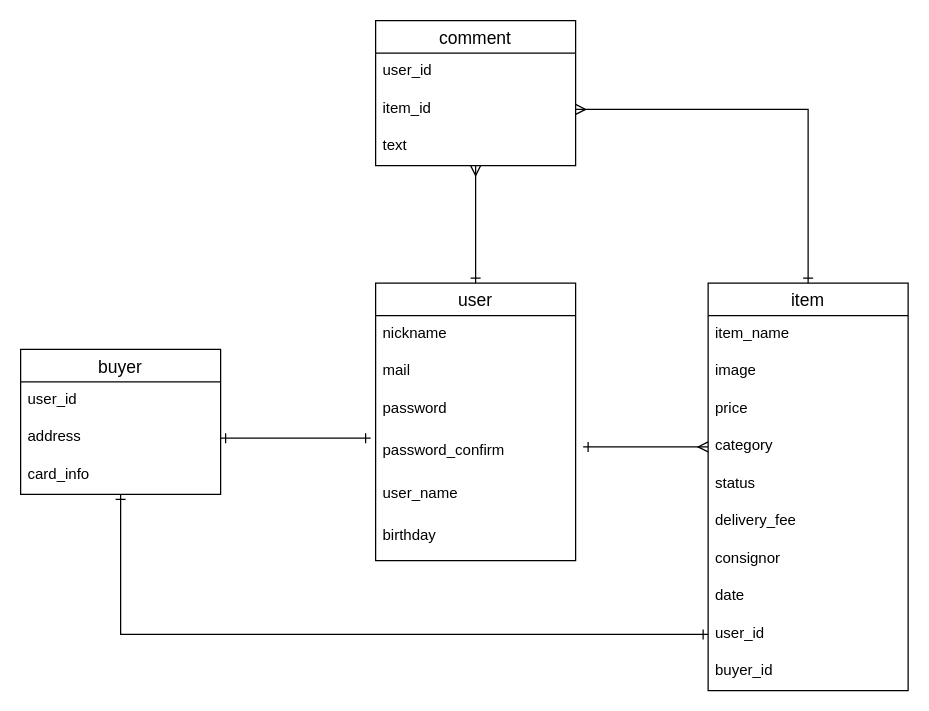
Before: test.dio in 816u/furima_28627_id, a draw.io diagram. Source tidied: cells renumbered, new cells numbered last; positions are measured from the earlier drawing's top-left corner, leaving out a move shared by most shapes. Both pictures are drawn from the tidied source at 125%, with x=0, y=0 at pixel (20, 20).
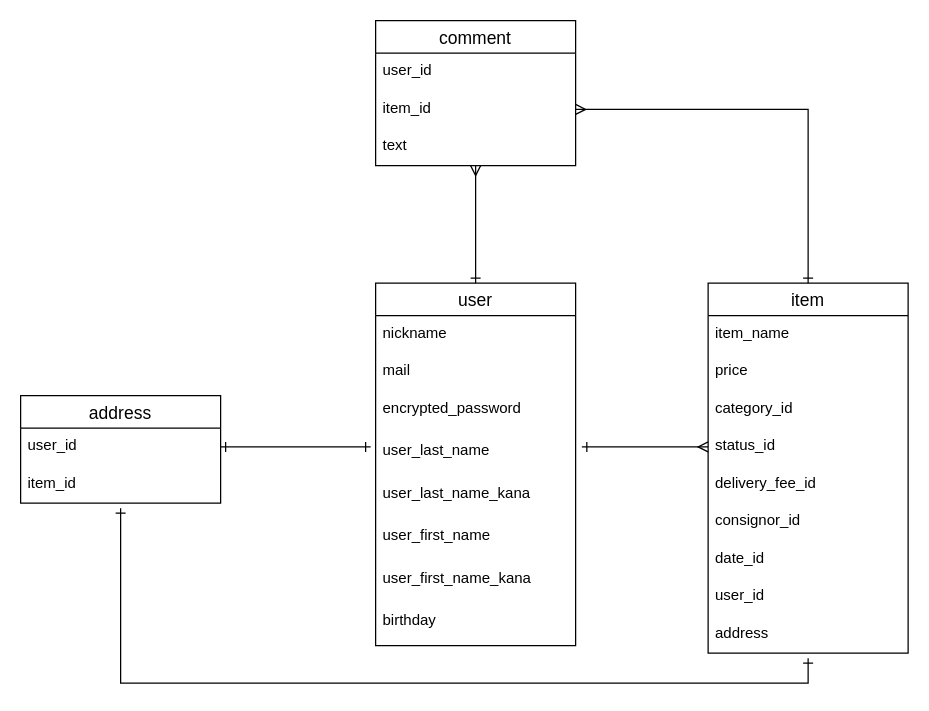
The same page after the edit.

The change refers to these unchanged cells:
```xml
<mxCell id="22" value="user_id" style="text;strokeColor=none;fillColor=none;spacingLeft=4;spacingRight=4;overflow=hidden;points=[[0,0.5],[1,0.5]];portConstraint=eastwest;fontSize=12;" parent="21" vertex="1">
  <mxGeometry y="26" width="160" height="30" as="geometry" />
</mxCell>
```

Diff of the diagram source:
```diff
@@
     <mxCell id="2" value="user" style="swimlane;fontStyle=0;horizontal=1;startSize=26;align=center;fontSize=14;" parent="1" vertex="1">
-      <mxGeometry x="284" y="210" width="160" height="222" as="geometry" />
+      <mxGeometry x="284" y="210" width="160" height="290" as="geometry" />
     </mxCell>
@@
-    <mxCell id="5" value="password" style="text;strokeColor=none;fillColor=none;spacingLeft=4;spacingRight=4;overflow=hidden;fontSize=12;" parent="2" vertex="1">
+    <mxCell id="5" value="encrypted_password" style="text;strokeColor=none;fillColor=none;spacingLeft=4;spacingRight=4;overflow=hidden;fontSize=12;" parent="2" vertex="1">
       <mxGeometry y="86" width="160" height="34" as="geometry" />
     </mxCell>
+    <mxCell id="34" value="user_last_name" style="text;strokeColor=none;fillColor=none;spacingLeft=4;spacingRight=4;overflow=hidden;points=[[0,0.5],[1,0.5]];portConstraint=eastwest;fontSize=12;" parent="2" vertex="1">
+      <mxGeometry y="120" width="160" height="34" as="geometry" />
+    </mxCell>
-    <mxCell id="6" value="password_confirm" style="text;strokeColor=none;fillColor=none;spacingLeft=4;spacingRight=4;overflow=hidden;points=[[0,0.5],[1,0.5]];portConstraint=eastwest;fontSize=12;" parent="2" vertex="1">
-      <mxGeometry y="120" width="160" height="34" as="geometry" />
+    <mxCell id="6" value="user_last_name_kana" style="text;strokeColor=none;fillColor=none;spacingLeft=4;spacingRight=4;overflow=hidden;points=[[0,0.5],[1,0.5]];portConstraint=eastwest;fontSize=12;" parent="2" vertex="1">
+      <mxGeometry y="154" width="160" height="34" as="geometry" />
     </mxCell>
+    <mxCell id="35" value="user_first_name" style="text;strokeColor=none;fillColor=none;spacingLeft=4;spacingRight=4;overflow=hidden;fontSize=12;" parent="2" vertex="1">
+      <mxGeometry y="188" width="160" height="34" as="geometry" />
+    </mxCell>
-    <mxCell id="7" value="user_name" style="text;strokeColor=none;fillColor=none;spacingLeft=4;spacingRight=4;overflow=hidden;fontSize=12;" parent="2" vertex="1">
-      <mxGeometry y="154" width="160" height="34" as="geometry" />
+    <mxCell id="7" value="user_first_name_kana" style="text;strokeColor=none;fillColor=none;spacingLeft=4;spacingRight=4;overflow=hidden;fontSize=12;" parent="2" vertex="1">
+      <mxGeometry y="222" width="160" height="34" as="geometry" />
     </mxCell>
     <mxCell id="8" value="birthday" style="text;strokeColor=none;fillColor=none;spacingLeft=4;spacingRight=4;overflow=hidden;fontSize=12;" parent="2" vertex="1">
-      <mxGeometry y="188" width="160" height="34" as="geometry" />
+      <mxGeometry y="256" width="160" height="34" as="geometry" />
     </mxCell>
     <mxCell id="9" value="item" style="swimlane;fontStyle=0;horizontal=1;startSize=26;align=center;fontSize=14;" parent="1" vertex="1">
-      <mxGeometry x="550" y="210" width="160" height="326" as="geometry" />
+      <mxGeometry x="550" y="210" width="160" height="296" as="geometry" />
     </mxCell>
@@
-    <mxCell id="11" value="image" style="text;strokeColor=none;fillColor=none;spacingLeft=4;spacingRight=4;overflow=hidden;fontSize=12;" parent="9" vertex="1">
-      <mxGeometry y="56" width="160" height="30" as="geometry" />
-    </mxCell>
     <mxCell id="12" value="price" style="text;strokeColor=none;fillColor=none;spacingLeft=4;spacingRight=4;overflow=hidden;fontSize=12;" parent="9" vertex="1">
-      <mxGeometry y="86" width="160" height="30" as="geometry" />
+      <mxGeometry y="56" width="160" height="30" as="geometry" />
     </mxCell>
-    <mxCell id="13" value="category" style="text;strokeColor=none;fillColor=none;spacingLeft=4;spacingRight=4;overflow=hidden;points=[[0,0.5],[1,0.5]];portConstraint=eastwest;fontSize=12;" parent="9" vertex="1">
-      <mxGeometry y="116" width="160" height="30" as="geometry" />
+    <mxCell id="13" value="category_id" style="text;strokeColor=none;fillColor=none;spacingLeft=4;spacingRight=4;overflow=hidden;points=[[0,0.5],[1,0.5]];portConstraint=eastwest;fontSize=12;" parent="9" vertex="1">
+      <mxGeometry y="86" width="160" height="30" as="geometry" />
     </mxCell>
-    <mxCell id="14" value="status" style="text;strokeColor=none;fillColor=none;spacingLeft=4;spacingRight=4;overflow=hidden;points=[[0,0.5],[1,0.5]];portConstraint=eastwest;fontSize=12;" parent="9" vertex="1">
-      <mxGeometry y="146" width="160" height="30" as="geometry" />
+    <mxCell id="14" value="status_id" style="text;strokeColor=none;fillColor=none;spacingLeft=4;spacingRight=4;overflow=hidden;points=[[0,0.5],[1,0.5]];portConstraint=eastwest;fontSize=12;" parent="9" vertex="1">
+      <mxGeometry y="116" width="160" height="30" as="geometry" />
     </mxCell>
-    <mxCell id="15" value="delivery_fee" style="text;strokeColor=none;fillColor=none;spacingLeft=4;spacingRight=4;overflow=hidden;fontSize=12;" parent="9" vertex="1">
-      <mxGeometry y="176" width="160" height="30" as="geometry" />
+    <mxCell id="15" value="delivery_fee_id" style="text;strokeColor=none;fillColor=none;spacingLeft=4;spacingRight=4;overflow=hidden;fontSize=12;" parent="9" vertex="1">
+      <mxGeometry y="146" width="160" height="30" as="geometry" />
     </mxCell>
-    <mxCell id="16" value="consignor" style="text;strokeColor=none;fillColor=none;spacingLeft=4;spacingRight=4;overflow=hidden;fontSize=12;" parent="9" vertex="1">
-      <mxGeometry y="206" width="160" height="30" as="geometry" />
+    <mxCell id="16" value="consignor_id" style="text;strokeColor=none;fillColor=none;spacingLeft=4;spacingRight=4;overflow=hidden;fontSize=12;" parent="9" vertex="1">
+      <mxGeometry y="176" width="160" height="30" as="geometry" />
     </mxCell>
-    <mxCell id="17" value="date" style="text;strokeColor=none;fillColor=none;spacingLeft=4;spacingRight=4;overflow=hidden;fontSize=12;" parent="9" vertex="1">
-      <mxGeometry y="236" width="160" height="30" as="geometry" />
+    <mxCell id="17" value="date_id" style="text;strokeColor=none;fillColor=none;spacingLeft=4;spacingRight=4;overflow=hidden;fontSize=12;" parent="9" vertex="1">
+      <mxGeometry y="206" width="160" height="30" as="geometry" />
     </mxCell>
     <mxCell id="18" value="user_id&#10;" style="text;strokeColor=none;fillColor=none;spacingLeft=4;spacingRight=4;overflow=hidden;points=[[0,0.5],[1,0.5]];portConstraint=eastwest;fontSize=12;" parent="9" vertex="1">
-      <mxGeometry y="266" width="160" height="30" as="geometry" />
+      <mxGeometry y="236" width="160" height="30" as="geometry" />
     </mxCell>
-    <mxCell id="19" value="buyer_id" style="text;strokeColor=none;fillColor=none;spacingLeft=4;spacingRight=4;overflow=hidden;fontSize=12;" parent="9" vertex="1">
-      <mxGeometry y="296" width="160" height="30" as="geometry" />
+    <mxCell id="19" value="address" style="text;strokeColor=none;fillColor=none;spacingLeft=4;spacingRight=4;overflow=hidden;fontSize=12;" parent="9" vertex="1">
+      <mxGeometry y="266" width="160" height="30" as="geometry" />
     </mxCell>
-    <mxCell id="20" style="edgeStyle=orthogonalEdgeStyle;rounded=0;jettySize=auto;html=1;startArrow=ERone;startFill=0;endArrow=ERone;endFill=0;" parent="1" edge="1" source="21" target="18">
-      <mxGeometry relative="1" as="geometry" />
+    <mxCell id="20" style="edgeStyle=orthogonalEdgeStyle;rounded=0;orthogonalLoop=1;jettySize=auto;html=1;startArrow=ERone;startFill=0;endArrow=ERone;endFill=0;" parent="1" edge="1">
+      <mxGeometry relative="1" as="geometry">
+        <mxPoint x="80" y="390" as="sourcePoint" />
+        <mxPoint x="630" y="510" as="targetPoint" />
+        <Array as="points">
+          <mxPoint x="80" y="530" />
+          <mxPoint x="630" y="530" />
+        </Array>
+      </mxGeometry>
     </mxCell>
-    <mxCell id="21" value="buyer" style="swimlane;fontStyle=0;horizontal=1;startSize=26;align=center;fontSize=14;" parent="1" vertex="1">
-      <mxGeometry y="263" width="160" height="116" as="geometry" />
+    <mxCell id="21" value="address" style="swimlane;fontStyle=0;horizontal=1;startSize=26;align=center;fontSize=14;" parent="1" vertex="1">
+      <mxGeometry y="300" width="160" height="86" as="geometry" />
     </mxCell>
@@
-    <mxCell id="23" value="address" style="text;strokeColor=none;fillColor=none;spacingLeft=4;spacingRight=4;overflow=hidden;points=[[0,0.5],[1,0.5]];portConstraint=eastwest;fontSize=12;" parent="21" vertex="1">
+    <mxCell id="23" value="item_id" style="text;strokeColor=none;fillColor=none;spacingLeft=4;spacingRight=4;overflow=hidden;points=[[0,0.5],[1,0.5]];portConstraint=eastwest;fontSize=12;" parent="21" vertex="1">
       <mxGeometry y="56" width="160" height="30" as="geometry" />
     </mxCell>
-    <mxCell id="24" value="card_info" style="text;strokeColor=none;fillColor=none;spacingLeft=4;spacingRight=4;overflow=hidden;fontSize=12;" parent="21" vertex="1">
-      <mxGeometry y="86" width="160" height="30" as="geometry" />
-    </mxCell>
@@
-    <mxCell id="30" style="edgeStyle=orthogonalEdgeStyle;rounded=0;jettySize=auto;html=1;exitX=1;exitY=0.5;exitDx=0;exitDy=0;startArrow=ERmany;startFill=0;endArrow=ERone;endFill=0;" parent="1" edge="1" source="6">
-      <mxGeometry relative="1" as="geometry">
-        <mxPoint x="444" y="347" as="targetPoint" />
-      </mxGeometry>
-    </mxCell>
-    <mxCell id="31" style="edgeStyle=orthogonalEdgeStyle;rounded=0;jettySize=auto;html=1;exitX=0;exitY=0.5;exitDx=0;exitDy=0;startArrow=ERmany;startFill=0;endArrow=ERone;endFill=0;" parent="1" edge="1" source="13">
-      <mxGeometry relative="1" as="geometry">
-        <mxPoint x="450" y="341" as="targetPoint" />
-      </mxGeometry>
-    </mxCell>
@@
-    <mxCell id="33" style="edgeStyle=orthogonalEdgeStyle;rounded=0;jettySize=auto;html=1;exitX=1;exitY=0.5;exitDx=0;exitDy=0;startArrow=ERone;startFill=0;endArrow=ERone;endFill=0;" parent="1" edge="1" source="23">
+    <mxCell id="33" style="edgeStyle=orthogonalEdgeStyle;rounded=0;jettySize=auto;html=1;exitX=1;exitY=0.5;exitDx=0;exitDy=0;startArrow=ERone;startFill=0;endArrow=ERone;endFill=0;" parent="1" edge="1" source="22">
       <mxGeometry relative="1" as="geometry">
-        <mxPoint x="280" y="334" as="targetPoint" />
+        <mxPoint x="280" y="341" as="targetPoint" />
       </mxGeometry>
     </mxCell>
+    <mxCell id="36" style="edgeStyle=orthogonalEdgeStyle;rounded=0;jettySize=auto;html=1;exitX=0;exitY=0.5;exitDx=0;exitDy=0;entryX=1.031;entryY=0.324;entryDx=0;entryDy=0;entryPerimeter=0;startArrow=ERmany;startFill=0;endArrow=ERone;endFill=0;" parent="1" edge="1" source="14" target="34">
+      <mxGeometry relative="1" as="geometry" />
+    </mxCell>
```
